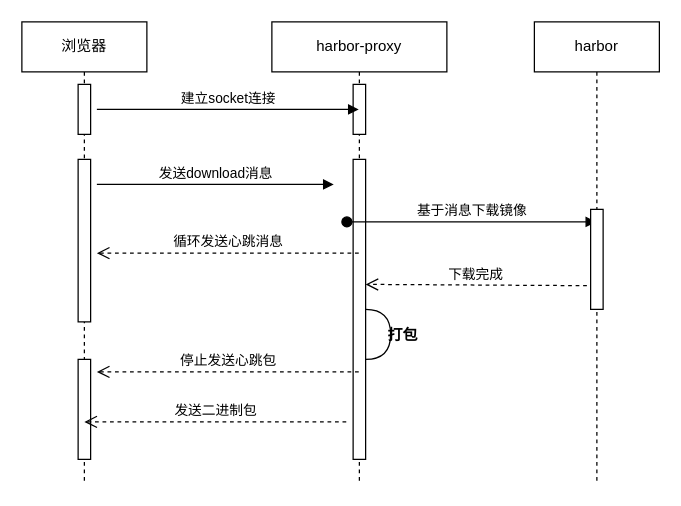
The draw.io diagram page "第 1 页" (1 of 2) of cloudNative/harbor.drawio in zzl-code/drawImg, before the edit. Source tidied: cells renumbered, new cells numbered last; positions are measured from the earlier drawing's top-left corner, leaving out a move shared by most shapes. Both pictures are drawn from the tidied source at 125%, with x=0, y=0 at pixel (21, 21).
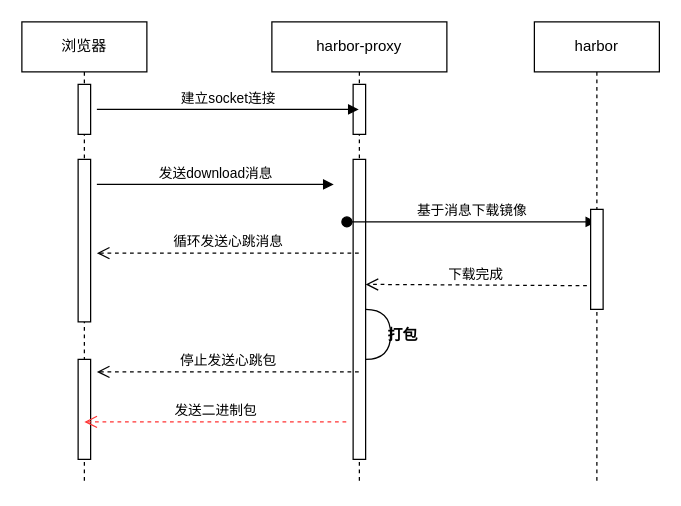
The same diagram, later.

Diff of the diagram source:
```diff
@@
-    <mxCell id="19" value="发送二进制包" style="html=1;verticalAlign=bottom;endArrow=open;dashed=1;endSize=8;rounded=0;" parent="1" edge="1">
+    <mxCell id="19" value="发送二进制包" style="html=1;verticalAlign=bottom;endArrow=open;dashed=1;endSize=8;rounded=0;strokeColor=#FF3333;" parent="1" edge="1">
       <mxGeometry relative="1" as="geometry">
         <mxPoint x="259.5" y="320" as="sourcePoint" />
         <mxPoint x="50" y="320" as="targetPoint" />
       </mxGeometry>
     </mxCell>
```
